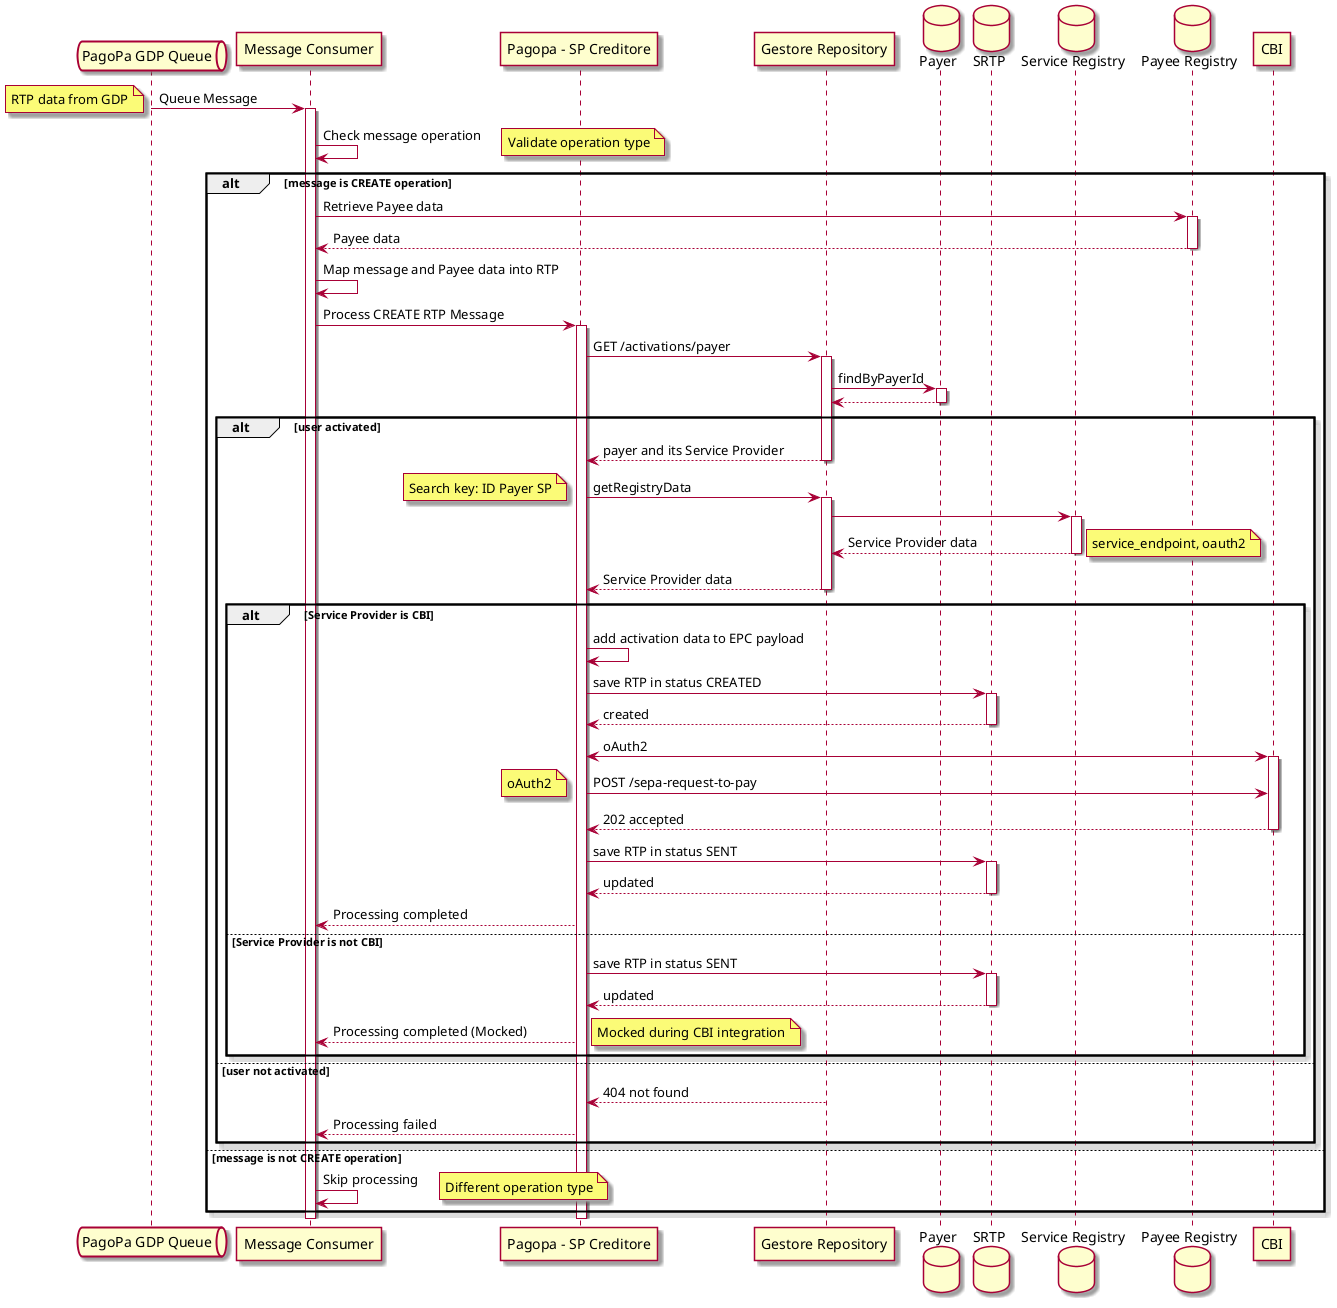
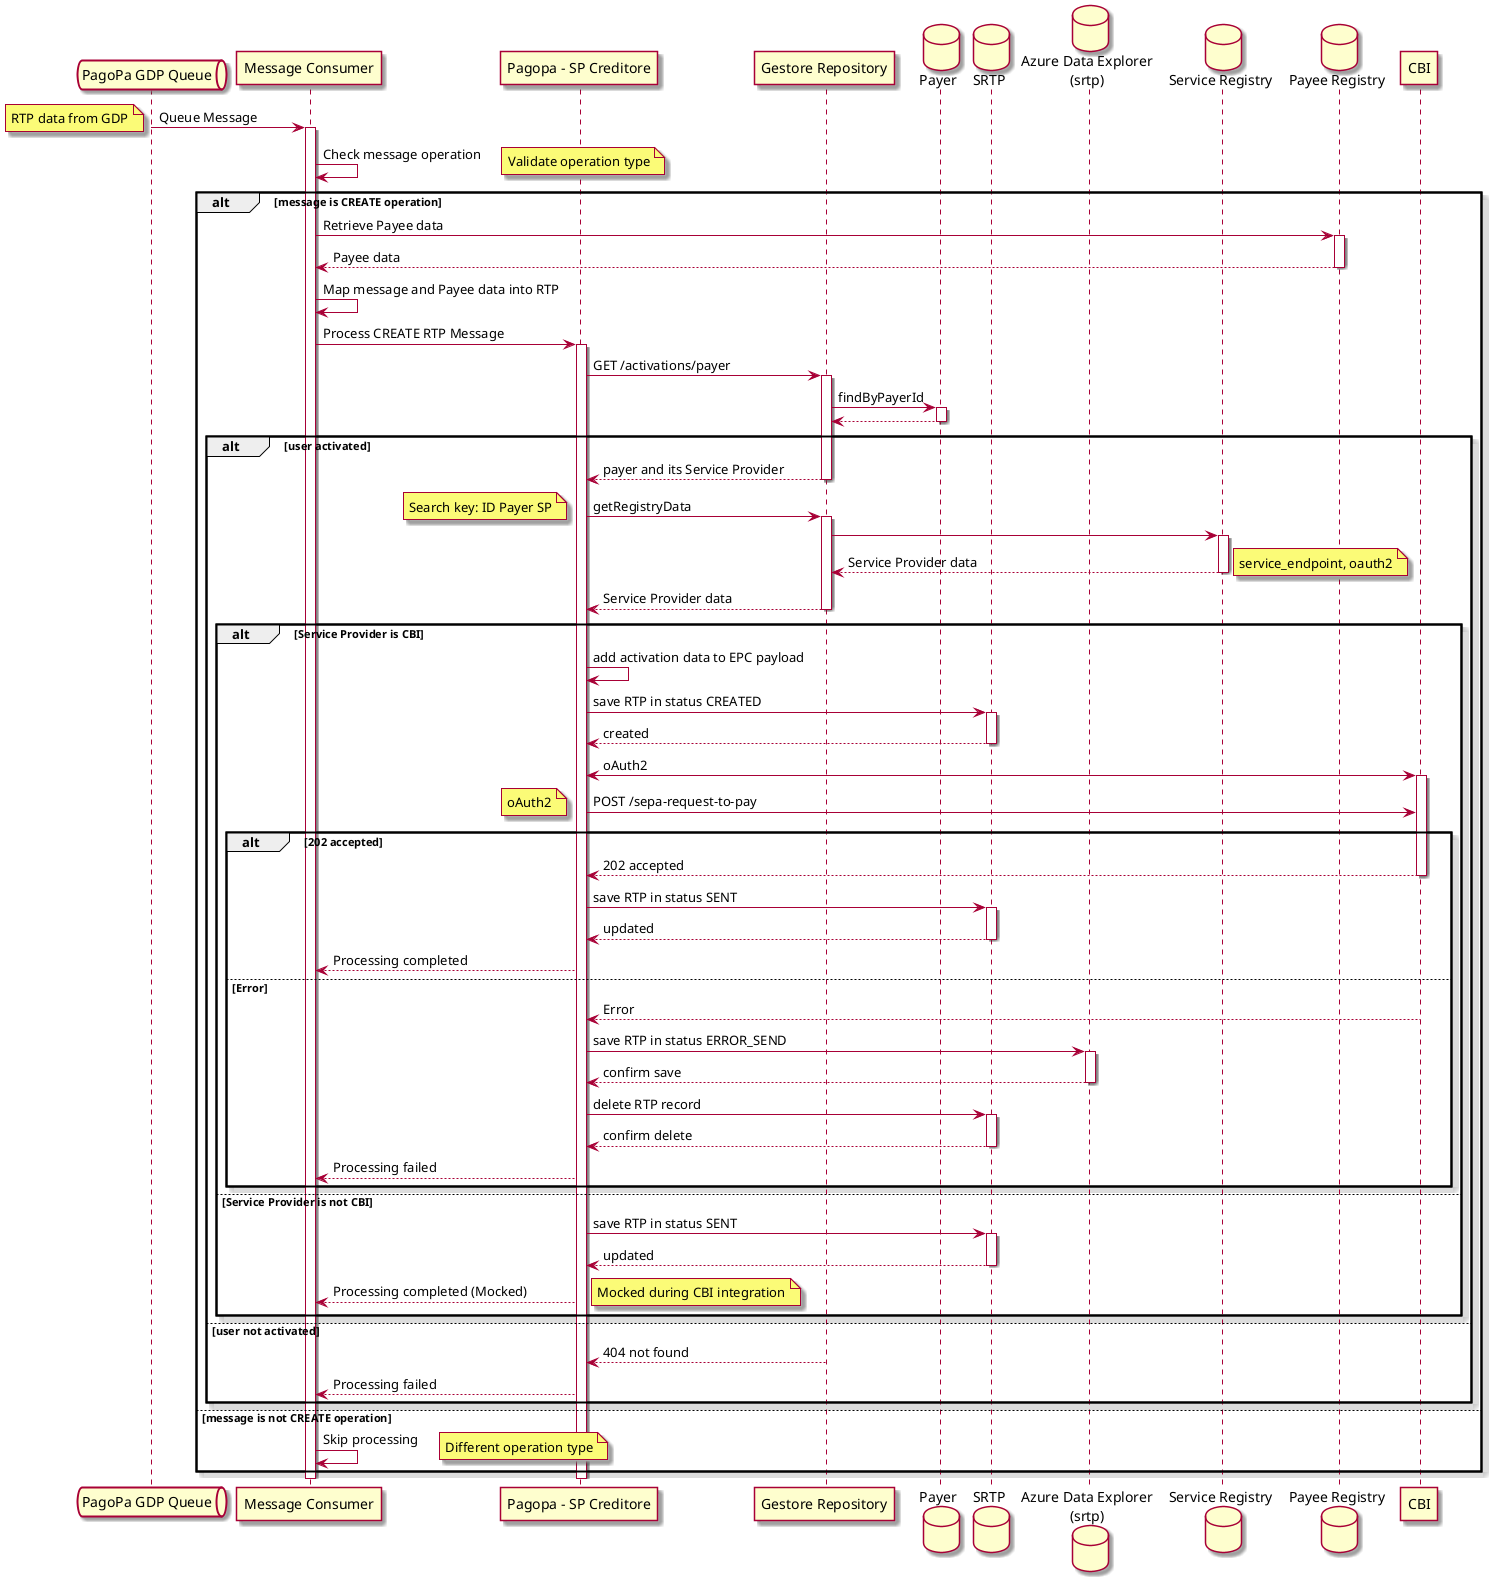
@startuml
skin rose
queue "PagoPa GDP Queue" as Queue
participant "Message Consumer" as Consumer
participant "Pagopa - SP Creditore" as SPC
participant "Gestore Repository" as GR
database "Payer" as Payer
database "SRTP" as SRTP
+ database "Azure Data Explorer\n(srtp)" as ADX
database "Service Registry" as SR
database "Payee Registry" as PR
participant "CBI" as SPD

Queue -> Consumer: Queue Message
note left: RTP data from GDP
activate Consumer
Consumer -> Consumer: Check message operation
note right: Validate operation type
alt message is CREATE operation
Consumer -> PR: Retrieve Payee data
activate PR
PR --> Consumer: Payee data
deactivate PR
Consumer -> Consumer: Map message and Payee data into RTP
Consumer -> SPC: Process CREATE RTP Message
activate SPC
SPC -> GR: GET /activations/payer
activate GR
GR -> Payer: findByPayerId
activate Payer
Payer --> GR
deactivate Payer
alt user activated
GR --> SPC: payer and its Service Provider
deactivate GR
SPC -> GR: getRegistryData
note left: Search key: ID Payer SP
activate GR
GR -> SR
activate SR
SR --> GR: Service Provider data
note right: service_endpoint, oauth2
deactivate SR
GR --> SPC: Service Provider data
deactivate GR
alt Service Provider is CBI
SPC -> SPC: add activation data to EPC payload
SPC -> SRTP: save RTP in status CREATED
activate SRTP
SRTP --> SPC: created
deactivate SRTP
SPC <-> SPD: oAuth2
activate SPD
SPC -> SPD: POST /sepa-request-to-pay
note left: oAuth2
+ alt 202 accepted
SPD --> SPC: 202 accepted
deactivate SPD
SPC -> SRTP: save RTP in status SENT
activate SRTP
SRTP --> SPC: updated
deactivate SRTP
SPC --> Consumer: Processing completed
+ else Error
+ SPD --> SPC: Error
+ deactivate SPD
+ SPC -> ADX: save RTP in status ERROR_SEND
+ activate ADX
+ ADX --> SPC: confirm save
+ deactivate ADX
+ SPC -> SRTP: delete RTP record
+ activate SRTP
+ SRTP --> SPC: confirm delete
+ deactivate SRTP
+ SPC --> Consumer: Processing failed
+ end
else Service Provider is not CBI
SPC -> SRTP: save RTP in status SENT
activate SRTP
SRTP --> SPC: updated
deactivate SRTP
SPC --> Consumer: Processing completed (Mocked)
note right: Mocked during CBI integration
end
else user not activated
activate GR
GR --> SPC: 404 not found
deactivate GR
SPC --> Consumer: Processing failed
end
else message is not CREATE operation
Consumer -> Consumer: Skip processing
note right: Different operation type
end
deactivate SPC
deactivate Consumer
@enduml
